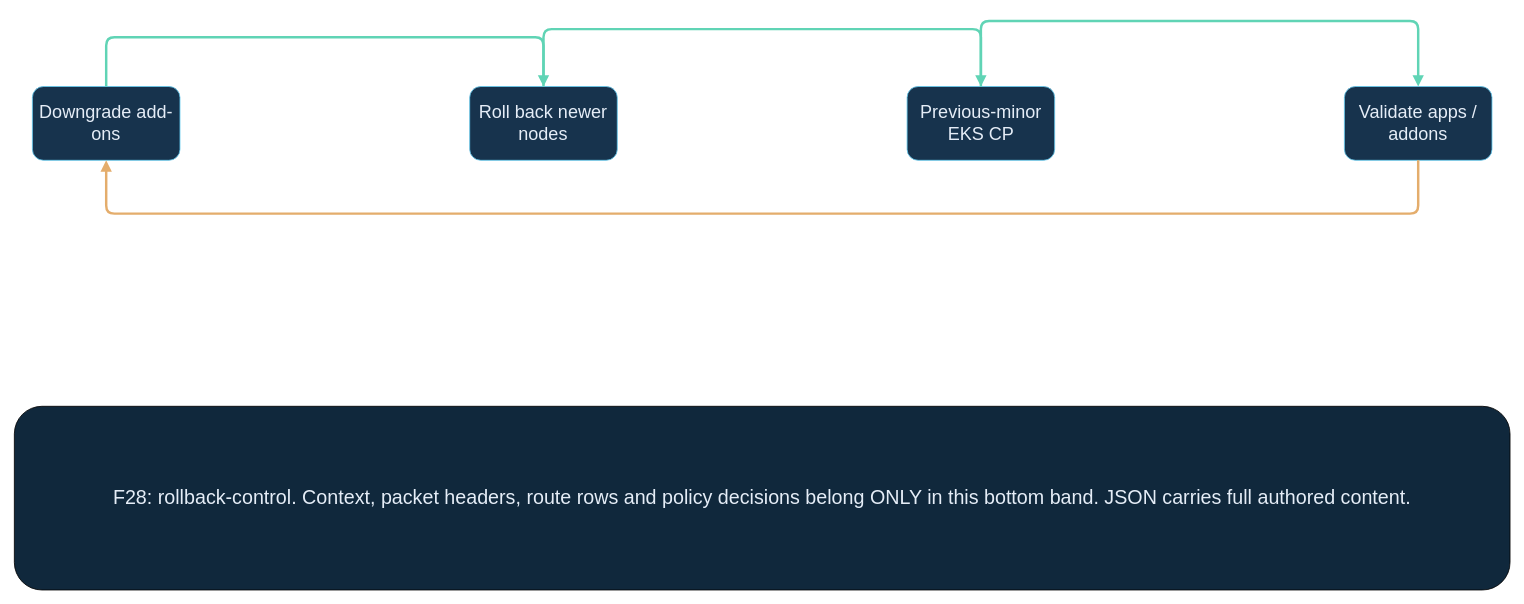
ccaiccie/awseks keeps this draw.io diagram as page "F28 Conditional EKS seven-day previous-minor rollback" (28 of 37) of class/diagrams/eks-scenarios.drawio. Above is the earlier version. Source tidied: cells renumbered, new cells numbered last; positions are measured from the earlier drawing's top-left corner, leaving out a move shared by most shapes. Both pictures are drawn from the tidied source at 82%, with x=0, y=0 at pixel (14, 20).
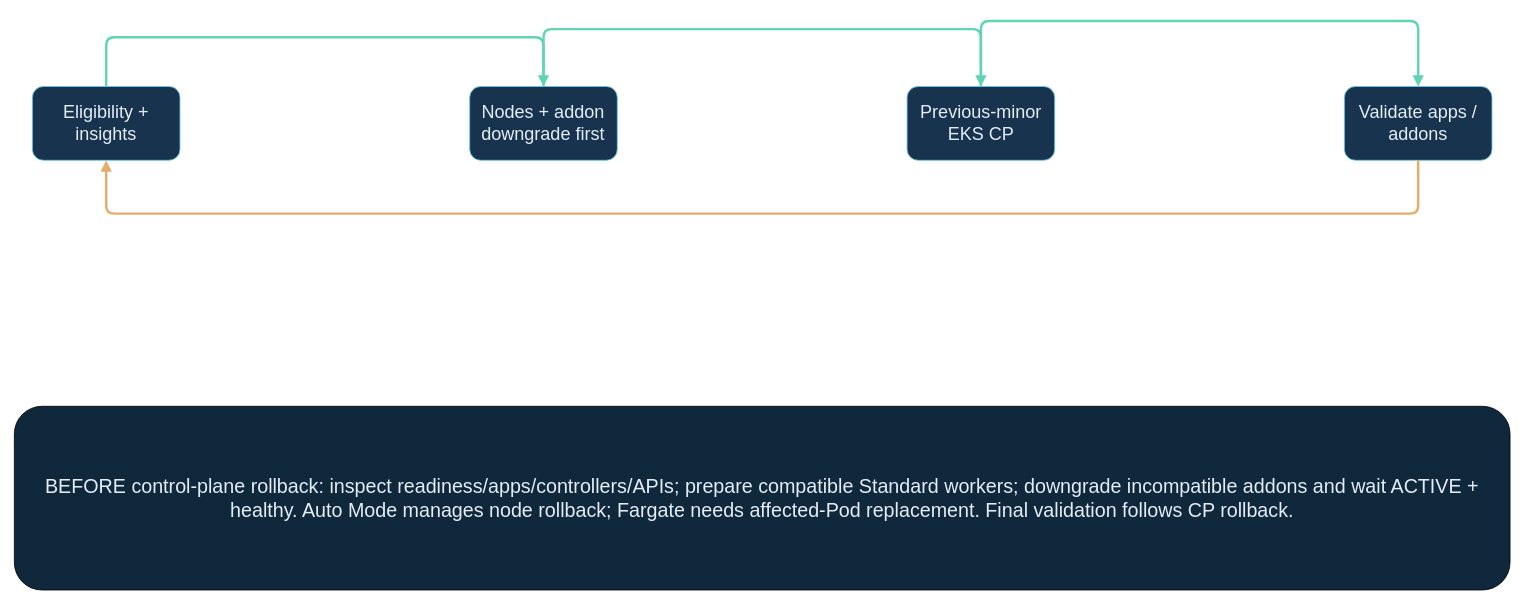
The same diagram, later.

The edit, as a diff of the source:
```diff
@@
 <mxGraphModel>
   <root>
     <mxCell id="0" />
     <mxCell id="1" parent="0" />
-    <mxCell id="2" value="Downgrade add-ons" style="rounded=1;whiteSpace=wrap;html=0;fillColor=#17334d;fontColor=#e5edf7;strokeColor=#64c9ee;fontSize=22;" parent="1" vertex="1">
+    <mxCell id="2" value="Eligibility + insights" style="rounded=1;whiteSpace=wrap;html=0;fillColor=#17334d;fontColor=#e5edf7;strokeColor=#64c9ee;fontSize=22;" parent="1" vertex="1">
       <mxGeometry x="22" y="80" width="180" height="90" as="geometry" />
     </mxCell>
-    <mxCell id="3" value="Roll back newer nodes" style="rounded=1;whiteSpace=wrap;html=0;fillColor=#17334d;fontColor=#e5edf7;strokeColor=#64c9ee;fontSize=22;" parent="1" vertex="1">
+    <mxCell id="3" value="Nodes + addon downgrade first" style="rounded=1;whiteSpace=wrap;html=0;fillColor=#17334d;fontColor=#e5edf7;strokeColor=#64c9ee;fontSize=22;" parent="1" vertex="1">
       <mxGeometry x="555.3" y="80" width="180" height="90" as="geometry" />
     </mxCell>
     <mxCell id="4" value="Previous-minor EKS CP" style="rounded=1;whiteSpace=wrap;html=0;fillColor=#17334d;fontColor=#e5edf7;strokeColor=#64c9ee;fontSize=22;" parent="1" vertex="1">
       <mxGeometry x="1088.7" y="80" width="180" height="90" as="geometry" />
     </mxCell>
     <mxCell id="5" value="Validate apps / addons" style="rounded=1;whiteSpace=wrap;html=0;fillColor=#17334d;fontColor=#e5edf7;strokeColor=#64c9ee;fontSize=22;" parent="1" vertex="1">
       <mxGeometry x="1622" y="80" width="180" height="90" as="geometry" />
     </mxCell>
     <mxCell id="6" style="edgeStyle=none;exitX=0.5;exitY=0;entryX=0.5;entryY=0;strokeColor=#60d4b5;strokeWidth=3;endArrow=block;" parent="1" edge="1" source="2" target="3">
       <mxGeometry relative="1" as="geometry">
         <Array as="points">
           <mxPoint x="112" y="20" />
           <mxPoint x="645.3" y="20" />
         </Array>
       </mxGeometry>
     </mxCell>
     <mxCell id="7" style="edgeStyle=none;exitX=0.5;exitY=0;entryX=0.5;entryY=0;strokeColor=#60d4b5;strokeWidth=3;endArrow=block;" parent="1" edge="1" source="3" target="4">
       <mxGeometry relative="1" as="geometry">
         <Array as="points">
           <mxPoint x="645.3" y="10" />
           <mxPoint x="1178.7" y="10" />
         </Array>
       </mxGeometry>
     </mxCell>
     <mxCell id="8" style="edgeStyle=none;exitX=0.5;exitY=0;entryX=0.5;entryY=0;strokeColor=#60d4b5;strokeWidth=3;endArrow=block;" parent="1" edge="1" source="4" target="5">
       <mxGeometry relative="1" as="geometry">
         <Array as="points">
           <mxPoint x="1178.7" />
           <mxPoint x="1712" />
         </Array>
       </mxGeometry>
     </mxCell>
     <mxCell id="9" style="edgeStyle=none;exitX=0.5;exitY=1;entryX=0.5;entryY=1;strokeColor=#e4ad6c;strokeWidth=3;endArrow=block;" parent="1" edge="1" source="5" target="2">
       <mxGeometry relative="1" as="geometry">
         <Array as="points">
           <mxPoint x="1712" y="235" />
           <mxPoint x="112" y="235" />
         </Array>
       </mxGeometry>
     </mxCell>
-    <mxCell id="10" value="F28: rollback-control. Context, packet headers, route rows and policy decisions belong ONLY in this bottom band. JSON carries full authored content." style="rounded=1;whiteSpace=wrap;html=0;fillColor=#10283c;fontColor=#e5edf7;fontSize=24;" parent="1" vertex="1">
+    <mxCell id="10" value="BEFORE control-plane rollback: inspect readiness/apps/controllers/APIs; prepare compatible Standard workers; downgrade incompatible addons and wait ACTIVE + healthy. Auto Mode manages node rollback; Fargate needs affected-Pod replacement. Final validation follows CP rollback." style="rounded=1;whiteSpace=wrap;html=0;fillColor=#10283c;fontColor=#e5edf7;fontSize=24;" parent="1" vertex="1">
       <mxGeometry y="470" width="1824" height="224" as="geometry" />
     </mxCell>
   </root>
 </mxGraphModel>
```
